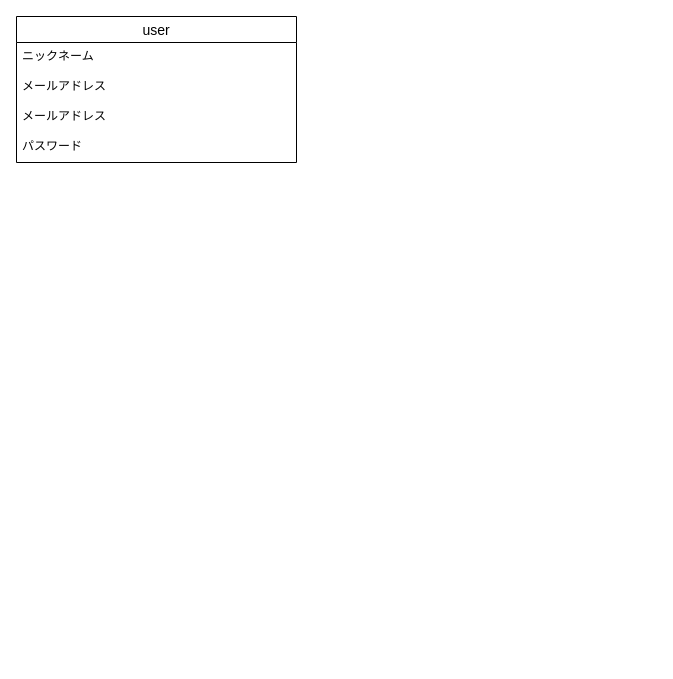
Above: furima.dio in iganao/furima-36575 (draw.io), before the change. Source tidied: cells renumbered, new cells numbered last; positions are measured from the earlier drawing's top-left corner, leaving out a move shared by most shapes. Both pictures are drawn from the tidied source at 100%, with x=0, y=0 at pixel (16, 16).
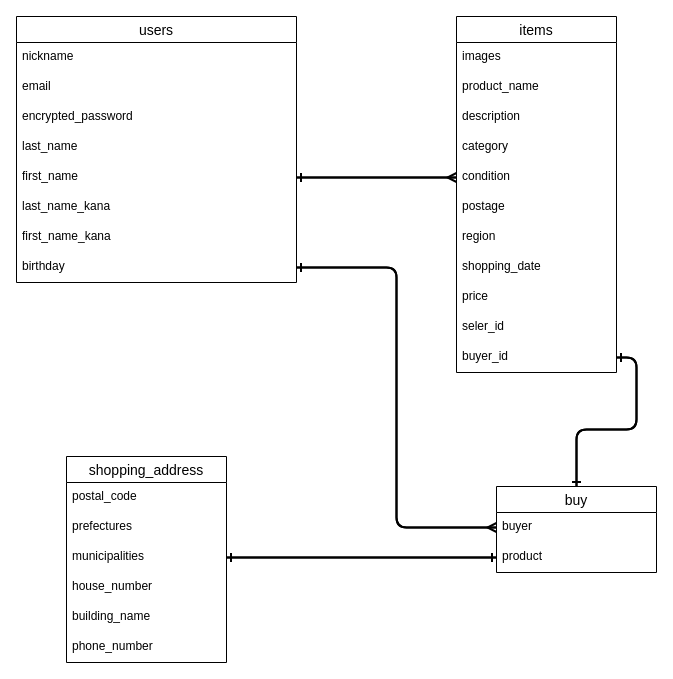
Above is the later version.

What changed in the source:
```diff
@@
-    <mxCell id="2" value="user" style="swimlane;fontStyle=0;horizontal=1;startSize=26;align=center;fontSize=14;" parent="1" vertex="1">
-      <mxGeometry width="280" height="146" as="geometry" />
+    <mxCell id="2" value="users" style="swimlane;fontStyle=0;horizontal=1;startSize=26;align=center;fontSize=14;" parent="1" vertex="1">
+      <mxGeometry width="280" height="266" as="geometry" />
     </mxCell>
-    <mxCell id="3" value="ニックネーム" style="text;strokeColor=none;fillColor=none;spacingLeft=4;spacingRight=4;overflow=hidden;fontSize=12;" parent="2" vertex="1">
+    <mxCell id="3" value="nickname" style="text;strokeColor=none;fillColor=none;spacingLeft=4;spacingRight=4;overflow=hidden;fontSize=12;" parent="2" vertex="1">
       <mxGeometry y="26" width="280" height="30" as="geometry" />
     </mxCell>
-    <mxCell id="4" value="メールアドレス" style="text;strokeColor=none;fillColor=none;spacingLeft=4;spacingRight=4;overflow=hidden;fontSize=12;" parent="2" vertex="1">
+    <mxCell id="4" value="email" style="text;strokeColor=none;fillColor=none;spacingLeft=4;spacingRight=4;overflow=hidden;fontSize=12;" parent="2" vertex="1">
       <mxGeometry y="56" width="280" height="30" as="geometry" />
     </mxCell>
-    <mxCell id="5" value="メールアドレス" style="text;strokeColor=none;fillColor=none;spacingLeft=4;spacingRight=4;overflow=hidden;fontSize=12;" parent="2" vertex="1">
+    <mxCell id="5" value="encrypted_password" style="text;strokeColor=none;fillColor=none;spacingLeft=4;spacingRight=4;overflow=hidden;fontSize=12;" parent="2" vertex="1">
       <mxGeometry y="86" width="280" height="30" as="geometry" />
     </mxCell>
+    <mxCell id="7" value="last_name" style="text;strokeColor=none;fillColor=none;spacingLeft=4;spacingRight=4;overflow=hidden;fontSize=12;" parent="2" vertex="1">
+      <mxGeometry y="116" width="280" height="30" as="geometry" />
+    </mxCell>
+    <mxCell id="8" value="first_name" style="text;strokeColor=none;fillColor=none;spacingLeft=4;spacingRight=4;overflow=hidden;points=[[0,0.5],[1,0.5]];portConstraint=eastwest;fontSize=12;" parent="2" vertex="1">
+      <mxGeometry y="146" width="280" height="30" as="geometry" />
+    </mxCell>
+    <mxCell id="9" value="last_name_kana" style="text;strokeColor=none;fillColor=none;spacingLeft=4;spacingRight=4;overflow=hidden;fontSize=12;" parent="2" vertex="1">
+      <mxGeometry y="176" width="280" height="30" as="geometry" />
+    </mxCell>
+    <mxCell id="10" value="first_name_kana" style="text;strokeColor=none;fillColor=none;spacingLeft=4;spacingRight=4;overflow=hidden;fontSize=12;" parent="2" vertex="1">
+      <mxGeometry y="206" width="280" height="30" as="geometry" />
+    </mxCell>
-    <mxCell id="6" value="パスワード" style="text;strokeColor=none;fillColor=none;spacingLeft=4;spacingRight=4;overflow=hidden;points=[[0,0.5],[1,0.5]];portConstraint=eastwest;fontSize=12;" parent="2" vertex="1">
-      <mxGeometry y="116" width="280" height="30" as="geometry" />
+    <mxCell id="6" value="birthday" style="text;strokeColor=none;fillColor=none;spacingLeft=4;spacingRight=4;overflow=hidden;points=[[0,0.5],[1,0.5]];portConstraint=eastwest;fontSize=12;" parent="2" vertex="1">
+      <mxGeometry y="236" width="280" height="30" as="geometry" />
     </mxCell>
+    <mxCell id="11" value="items" style="swimlane;fontStyle=0;horizontal=1;startSize=26;align=center;fontSize=14;" parent="1" vertex="1">
+      <mxGeometry x="440" width="160" height="356" as="geometry" />
+    </mxCell>
+    <mxCell id="12" value="images" style="text;strokeColor=none;fillColor=none;spacingLeft=4;spacingRight=4;overflow=hidden;fontSize=12;" parent="11" vertex="1">
+      <mxGeometry y="26" width="160" height="30" as="geometry" />
+    </mxCell>
+    <mxCell id="13" value="product_name" style="text;strokeColor=none;fillColor=none;spacingLeft=4;spacingRight=4;overflow=hidden;fontSize=12;" parent="11" vertex="1">
+      <mxGeometry y="56" width="160" height="30" as="geometry" />
+    </mxCell>
+    <mxCell id="14" value="description" style="text;strokeColor=none;fillColor=none;spacingLeft=4;spacingRight=4;overflow=hidden;fontSize=12;" parent="11" vertex="1">
+      <mxGeometry y="86" width="160" height="30" as="geometry" />
+    </mxCell>
+    <mxCell id="15" value="category" style="text;strokeColor=none;fillColor=none;spacingLeft=4;spacingRight=4;overflow=hidden;fontSize=12;" parent="11" vertex="1">
+      <mxGeometry y="116" width="160" height="30" as="geometry" />
+    </mxCell>
+    <mxCell id="16" value="condition" style="text;strokeColor=none;fillColor=none;spacingLeft=4;spacingRight=4;overflow=hidden;points=[[0,0.5],[1,0.5]];portConstraint=eastwest;fontSize=12;" parent="11" vertex="1">
+      <mxGeometry y="146" width="160" height="30" as="geometry" />
+    </mxCell>
+    <mxCell id="17" value="postage" style="text;strokeColor=none;fillColor=none;spacingLeft=4;spacingRight=4;overflow=hidden;fontSize=12;" parent="11" vertex="1">
+      <mxGeometry y="176" width="160" height="30" as="geometry" />
+    </mxCell>
+    <mxCell id="18" value="region" style="text;strokeColor=none;fillColor=none;spacingLeft=4;spacingRight=4;overflow=hidden;fontSize=12;" parent="11" vertex="1">
+      <mxGeometry y="206" width="160" height="30" as="geometry" />
+    </mxCell>
+    <mxCell id="19" value="shopping_date" style="text;strokeColor=none;fillColor=none;spacingLeft=4;spacingRight=4;overflow=hidden;fontSize=12;" parent="11" vertex="1">
+      <mxGeometry y="236" width="160" height="30" as="geometry" />
+    </mxCell>
+    <mxCell id="20" value="price" style="text;strokeColor=none;fillColor=none;spacingLeft=4;spacingRight=4;overflow=hidden;fontSize=12;" parent="11" vertex="1">
+      <mxGeometry y="266" width="160" height="30" as="geometry" />
+    </mxCell>
+    <mxCell id="21" value="seler_id" style="text;strokeColor=none;fillColor=none;spacingLeft=4;spacingRight=4;overflow=hidden;fontSize=12;" parent="11" vertex="1">
+      <mxGeometry y="296" width="160" height="30" as="geometry" />
+    </mxCell>
+    <mxCell id="22" value="buyer_id" style="text;strokeColor=none;fillColor=none;spacingLeft=4;spacingRight=4;overflow=hidden;points=[[0,0.5],[1,0.5]];portConstraint=eastwest;fontSize=12;" parent="11" vertex="1">
+      <mxGeometry y="326" width="160" height="30" as="geometry" />
+    </mxCell>
+    <mxCell id="23" style="edgeStyle=orthogonalEdgeStyle;rounded=1;jettySize=auto;html=1;exitX=0.5;exitY=0;exitDx=0;exitDy=0;entryX=1;entryY=0.5;entryDx=0;entryDy=0;endArrow=ERone;endFill=0;strokeWidth=2;" parent="1" edge="1" source="24" target="22">
+      <mxGeometry relative="1" as="geometry" />
+    </mxCell>
+    <mxCell id="24" value="buy" style="swimlane;fontStyle=0;horizontal=1;startSize=26;align=center;fontSize=14;" parent="1" vertex="1">
+      <mxGeometry x="480" y="470" width="160" height="86" as="geometry" />
+    </mxCell>
+    <mxCell id="25" value="buyer" style="text;strokeColor=none;fillColor=none;spacingLeft=4;spacingRight=4;overflow=hidden;points=[[0,0.5],[1,0.5]];portConstraint=eastwest;fontSize=12;" parent="24" vertex="1">
+      <mxGeometry y="26" width="160" height="30" as="geometry" />
+    </mxCell>
+    <mxCell id="26" value="product" style="text;strokeColor=none;fillColor=none;spacingLeft=4;spacingRight=4;overflow=hidden;points=[[0,0.5],[1,0.5]];portConstraint=eastwest;fontSize=12;" parent="24" vertex="1">
+      <mxGeometry y="56" width="160" height="30" as="geometry" />
+    </mxCell>
+    <mxCell id="27" value="shopping_address" style="swimlane;fontStyle=0;horizontal=1;startSize=26;align=center;fontSize=14;" parent="1" vertex="1">
+      <mxGeometry x="50" y="440" width="160" height="206" as="geometry" />
+    </mxCell>
+    <mxCell id="28" value="postal_code" style="text;strokeColor=none;fillColor=none;spacingLeft=4;spacingRight=4;overflow=hidden;fontSize=12;" parent="27" vertex="1">
+      <mxGeometry y="26" width="160" height="30" as="geometry" />
+    </mxCell>
+    <mxCell id="29" value="prefectures" style="text;strokeColor=none;fillColor=none;spacingLeft=4;spacingRight=4;overflow=hidden;fontSize=12;" parent="27" vertex="1">
+      <mxGeometry y="56" width="160" height="30" as="geometry" />
+    </mxCell>
+    <mxCell id="30" value="municipalities" style="text;strokeColor=none;fillColor=none;spacingLeft=4;spacingRight=4;overflow=hidden;points=[[0,0.5],[1,0.5]];portConstraint=eastwest;fontSize=12;" parent="27" vertex="1">
+      <mxGeometry y="86" width="160" height="30" as="geometry" />
+    </mxCell>
+    <mxCell id="31" value="house_number" style="text;strokeColor=none;fillColor=none;spacingLeft=4;spacingRight=4;overflow=hidden;fontSize=12;" parent="27" vertex="1">
+      <mxGeometry y="116" width="160" height="30" as="geometry" />
+    </mxCell>
+    <mxCell id="32" value="building_name" style="text;strokeColor=none;fillColor=none;spacingLeft=4;spacingRight=4;overflow=hidden;fontSize=12;" parent="27" vertex="1">
+      <mxGeometry y="146" width="160" height="30" as="geometry" />
+    </mxCell>
+    <mxCell id="33" value="phone_number" style="text;strokeColor=none;fillColor=none;spacingLeft=4;spacingRight=4;overflow=hidden;fontSize=12;" parent="27" vertex="1">
+      <mxGeometry y="176" width="160" height="30" as="geometry" />
+    </mxCell>
+    <mxCell id="34" style="edgeStyle=orthogonalEdgeStyle;rounded=0;jettySize=auto;html=1;exitX=1;exitY=0.5;exitDx=0;exitDy=0;entryX=0;entryY=0.5;entryDx=0;entryDy=0;endArrow=ERmany;endFill=0;strokeWidth=2;" parent="1" edge="1" source="8" target="16">
+      <mxGeometry relative="1" as="geometry" />
+    </mxCell>
+    <mxCell id="35" style="edgeStyle=orthogonalEdgeStyle;rounded=1;jettySize=auto;html=1;exitX=1;exitY=0.5;exitDx=0;exitDy=0;entryX=0;entryY=0.5;entryDx=0;entryDy=0;endArrow=ERmany;endFill=0;strokeWidth=2;" parent="1" edge="1" source="6" target="25">
+      <mxGeometry relative="1" as="geometry" />
+    </mxCell>
+    <mxCell id="36" style="edgeStyle=orthogonalEdgeStyle;rounded=1;jettySize=auto;html=1;exitX=0;exitY=0.5;exitDx=0;exitDy=0;entryX=1;entryY=0.5;entryDx=0;entryDy=0;endArrow=ERone;endFill=0;strokeWidth=2;" parent="1" edge="1" source="16" target="8">
+      <mxGeometry relative="1" as="geometry" />
+    </mxCell>
+    <mxCell id="37" style="edgeStyle=orthogonalEdgeStyle;rounded=1;jettySize=auto;html=1;exitX=1;exitY=0.5;exitDx=0;exitDy=0;endArrow=ERone;endFill=0;strokeWidth=2;" parent="1" edge="1" source="22" target="24">
+      <mxGeometry relative="1" as="geometry" />
+    </mxCell>
+    <mxCell id="38" style="edgeStyle=orthogonalEdgeStyle;rounded=1;jettySize=auto;html=1;exitX=0;exitY=0.5;exitDx=0;exitDy=0;entryX=1;entryY=0.5;entryDx=0;entryDy=0;endArrow=ERone;endFill=0;strokeWidth=2;" parent="1" edge="1" source="25" target="6">
+      <mxGeometry relative="1" as="geometry" />
+    </mxCell>
+    <mxCell id="39" style="edgeStyle=orthogonalEdgeStyle;rounded=1;jettySize=auto;html=1;exitX=0;exitY=0.5;exitDx=0;exitDy=0;entryX=1;entryY=0.5;entryDx=0;entryDy=0;endArrow=ERone;endFill=0;strokeWidth=2;" parent="1" edge="1" source="26" target="30">
+      <mxGeometry relative="1" as="geometry" />
+    </mxCell>
+    <mxCell id="40" style="edgeStyle=orthogonalEdgeStyle;rounded=1;jettySize=auto;html=1;exitX=1;exitY=0.5;exitDx=0;exitDy=0;entryX=0;entryY=0.5;entryDx=0;entryDy=0;endArrow=ERone;endFill=0;strokeWidth=2;" parent="1" edge="1" source="30" target="26">
+      <mxGeometry relative="1" as="geometry" />
+    </mxCell>
```
